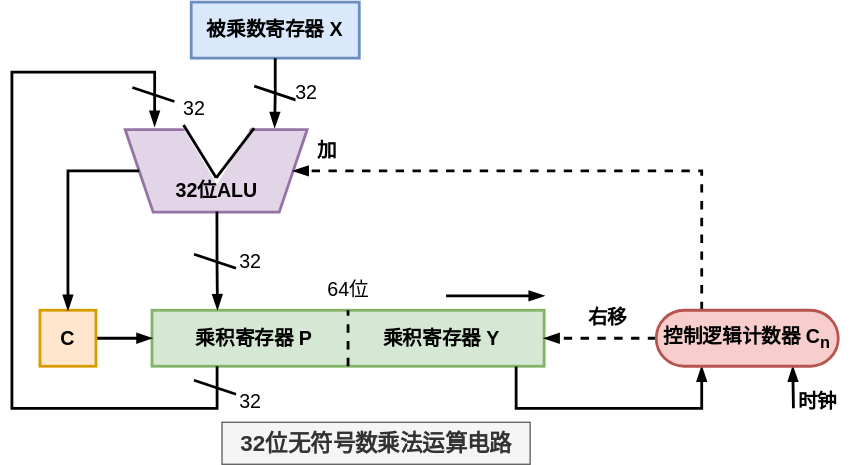
Above: pictures/计算机组成原理-32位无符号数乘法运算电路.drawio.svg in creatern/NoteBook (draw.io), before the change. Source tidied: cells renumbered, new cells last; positions are measured from the earlier drawing's top-left corner, leaving out a move shared by most shapes. Its diagram source:
```xml
<mxGraphModel>
  <root>
    <mxCell id="0" />
    <mxCell id="1" parent="0" />
    <mxCell id="2" value="被乘数寄存器 X" style="rounded=0;whiteSpace=wrap;html=1;fontSize=14;fontStyle=1;strokeWidth=2;fillColor=#dae8fc;strokeColor=#6c8ebf;" parent="1" vertex="1">
      <mxGeometry x="128" width="120" height="40" as="geometry" />
    </mxCell>
    <mxCell id="3" value="乘积寄存器 P&amp;nbsp; &amp;nbsp; &amp;nbsp; &amp;nbsp; &amp;nbsp; &amp;nbsp; &amp;nbsp;乘积寄存器 Y" style="rounded=0;whiteSpace=wrap;html=1;fontSize=14;fontStyle=1;strokeWidth=2;fillColor=#d5e8d4;strokeColor=#82b366;" parent="1" vertex="1">
      <mxGeometry x="100" y="220" width="280" height="40" as="geometry" />
    </mxCell>
    <mxCell id="4" style="group;rotation=-180;fontSize=14;" parent="1" vertex="1">
      <mxGeometry x="70" y="91" width="130" height="60" as="geometry" />
    </mxCell>
    <mxCell id="5" style="shape=trapezoid;perimeter=trapezoidPerimeter;whiteSpace=wrap;html=1;fixedSize=1;fontFamily=Helvetica;fontSize=11;strokeWidth=2;rotation=-180;fillColor=#e1d5e7;strokeColor=#9673a6;" parent="4" vertex="1">
      <mxGeometry x="10.8" width="130" height="59" as="geometry" />
    </mxCell>
    <mxCell id="6" style="group;rotation=-360;fontSize=14;" parent="4" vertex="1">
      <mxGeometry x="48.8" y="-1" width="60.1" height="59.5" as="geometry" />
    </mxCell>
    <mxCell id="7" style="triangle;whiteSpace=wrap;html=1;fontFamily=Helvetica;fontSize=11;fontColor=default;rotation=-270;fillColor=#FFFFFF;strokeColor=none;" parent="6" vertex="1">
      <mxGeometry x="6.5" y="-5.9" width="42.2" height="50.2" as="geometry" />
    </mxCell>
    <mxCell id="8" style="endArrow=none;html=1;rounded=0;labelBackgroundColor=default;strokeColor=default;strokeWidth=2;fontFamily=Helvetica;fontSize=11;fontColor=default;shape=connector;entryX=0.703;entryY=-0.021;entryDx=0;entryDy=0;entryPerimeter=0;" parent="6" edge="1">
      <mxGeometry relative="1" as="geometry">
        <mxPoint x="27.1" y="35.4" as="sourcePoint" />
        <mxPoint x="54.2" as="targetPoint" />
      </mxGeometry>
    </mxCell>
    <mxCell id="9" style="endArrow=none;html=1;rounded=0;labelBackgroundColor=default;strokeColor=default;strokeWidth=2;fontFamily=Helvetica;fontSize=11;fontColor=default;shape=connector;entryX=-0.007;entryY=0.975;entryDx=0;entryDy=0;entryPerimeter=0;" parent="6" edge="1" target="7">
      <mxGeometry relative="1" as="geometry">
        <mxPoint x="27.1" y="35.4" as="sourcePoint" />
      </mxGeometry>
    </mxCell>
    <mxCell id="10" value="32位ALU" style="text;html=1;strokeColor=none;fillColor=none;align=center;verticalAlign=middle;whiteSpace=wrap;rounded=0;fontSize=14;fontFamily=Helvetica;fontColor=default;fontStyle=1;" parent="6" vertex="1">
      <mxGeometry x="-4.9" y="30" width="65" height="29.5" as="geometry" />
    </mxCell>
    <mxCell id="11" style="edgeStyle=orthogonalEdgeStyle;rounded=0;jettySize=auto;html=1;exitX=0.5;exitY=1;exitDx=0;exitDy=0;entryX=0.179;entryY=1.025;entryDx=0;entryDy=0;entryPerimeter=0;strokeWidth=2;endArrow=blockThin;endFill=1;" parent="1" edge="1" source="2" target="5">
      <mxGeometry relative="1" as="geometry" />
    </mxCell>
    <mxCell id="12" style="endArrow=none;html=1;rounded=0;strokeColor=default;strokeWidth=2;align=center;verticalAlign=middle;fontFamily=Helvetica;fontSize=11;fontColor=default;labelBackgroundColor=default;" parent="1" edge="1">
      <mxGeometry relative="1" as="geometry">
        <mxPoint x="173" y="60" as="sourcePoint" />
        <mxPoint x="203" y="70" as="targetPoint" />
      </mxGeometry>
    </mxCell>
    <mxCell id="13" value="32" style="text;html=1;align=center;verticalAlign=middle;strokeColor=none;fillColor=none;fontFamily=Helvetica;fontSize=14;fontColor=default;labelBackgroundColor=default;" parent="1" vertex="1">
      <mxGeometry x="190" y="50" width="40" height="30" as="geometry" />
    </mxCell>
    <mxCell id="14" style="endArrow=none;dashed=1;html=1;rounded=0;strokeColor=default;strokeWidth=2;align=center;verticalAlign=middle;fontFamily=Helvetica;fontSize=11;fontColor=default;labelBackgroundColor=default;edgeStyle=orthogonalEdgeStyle;" parent="1" edge="1">
      <mxGeometry relative="1" as="geometry">
        <mxPoint x="240" y="260" as="sourcePoint" />
        <mxPoint x="240" y="220" as="targetPoint" />
      </mxGeometry>
    </mxCell>
    <mxCell id="15" style="edgeStyle=orthogonalEdgeStyle;rounded=0;jettySize=auto;html=1;exitX=0.5;exitY=1;exitDx=0;exitDy=0;entryX=0.167;entryY=-0.012;entryDx=0;entryDy=0;entryPerimeter=0;strokeColor=default;strokeWidth=2;align=center;verticalAlign=middle;fontFamily=Helvetica;fontSize=11;fontColor=default;labelBackgroundColor=default;endArrow=blockThin;endFill=1;" parent="1" edge="1" source="10" target="3">
      <mxGeometry relative="1" as="geometry" />
    </mxCell>
    <mxCell id="16" value="32" style="text;html=1;align=center;verticalAlign=middle;strokeColor=none;fillColor=none;fontFamily=Helvetica;fontSize=14;fontColor=default;labelBackgroundColor=default;" parent="1" vertex="1">
      <mxGeometry x="150" y="170" width="40" height="30" as="geometry" />
    </mxCell>
    <mxCell id="17" style="endArrow=none;html=1;rounded=0;strokeColor=default;strokeWidth=2;align=center;verticalAlign=middle;fontFamily=Helvetica;fontSize=11;fontColor=default;labelBackgroundColor=default;" parent="1" edge="1">
      <mxGeometry relative="1" as="geometry">
        <mxPoint x="130" y="180" as="sourcePoint" />
        <mxPoint x="160" y="190" as="targetPoint" />
      </mxGeometry>
    </mxCell>
    <mxCell id="18" style="edgeStyle=orthogonalEdgeStyle;rounded=0;jettySize=auto;html=1;exitX=1;exitY=0.5;exitDx=0;exitDy=0;entryX=0;entryY=0.5;entryDx=0;entryDy=0;strokeColor=default;strokeWidth=2;align=center;verticalAlign=middle;fontFamily=Helvetica;fontSize=11;fontColor=default;labelBackgroundColor=default;endArrow=blockThin;endFill=1;" parent="1" edge="1" source="19" target="3">
      <mxGeometry relative="1" as="geometry" />
    </mxCell>
    <mxCell id="19" value="C" style="rounded=0;whiteSpace=wrap;html=1;fontSize=14;fontStyle=1;strokeWidth=2;fillColor=#ffe6cc;strokeColor=#d79b00;" parent="1" vertex="1">
      <mxGeometry x="20" y="220" width="40" height="40" as="geometry" />
    </mxCell>
    <mxCell id="20" style="edgeStyle=orthogonalEdgeStyle;rounded=0;jettySize=auto;html=1;exitX=1;exitY=0.5;exitDx=0;exitDy=0;strokeColor=default;strokeWidth=2;align=center;verticalAlign=middle;fontFamily=Helvetica;fontSize=11;fontColor=default;labelBackgroundColor=default;endArrow=blockThin;endFill=1;" parent="1" edge="1" source="5" target="19">
      <mxGeometry relative="1" as="geometry" />
    </mxCell>
    <mxCell id="21" value="64位" style="text;html=1;align=center;verticalAlign=middle;strokeColor=none;fillColor=none;fontFamily=Helvetica;fontSize=14;fontColor=default;labelBackgroundColor=default;" parent="1" vertex="1">
      <mxGeometry x="215" y="190" width="50" height="30" as="geometry" />
    </mxCell>
    <mxCell id="22" style="endArrow=blockThin;html=1;rounded=0;strokeColor=default;strokeWidth=2;align=center;verticalAlign=middle;fontFamily=Helvetica;fontSize=11;fontColor=default;labelBackgroundColor=default;edgeStyle=orthogonalEdgeStyle;endFill=1;" parent="1" edge="1">
      <mxGeometry relative="1" as="geometry">
        <mxPoint x="310" y="209.7" as="sourcePoint" />
        <mxPoint x="380" y="209.7" as="targetPoint" />
      </mxGeometry>
    </mxCell>
    <mxCell id="23" style="edgeStyle=orthogonalEdgeStyle;rounded=0;jettySize=auto;html=1;exitX=0.25;exitY=1;exitDx=0;exitDy=0;strokeColor=default;strokeWidth=2;align=center;verticalAlign=middle;fontFamily=Helvetica;fontSize=11;fontColor=default;labelBackgroundColor=default;endArrow=none;endFill=0;startArrow=blockThin;startFill=1;" parent="1" edge="1" source="27">
      <mxGeometry relative="1" as="geometry">
        <mxPoint x="360" y="260.1" as="targetPoint" />
        <Array as="points">
          <mxPoint x="493" y="290" />
          <mxPoint x="360" y="290" />
        </Array>
      </mxGeometry>
    </mxCell>
    <mxCell id="24" style="edgeStyle=orthogonalEdgeStyle;rounded=0;jettySize=auto;html=1;exitX=0.75;exitY=1;exitDx=0;exitDy=0;strokeColor=default;strokeWidth=2;align=center;verticalAlign=middle;fontFamily=Helvetica;fontSize=11;fontColor=default;labelBackgroundColor=default;endArrow=none;endFill=0;startArrow=blockThin;startFill=1;" parent="1" edge="1" source="27">
      <mxGeometry relative="1" as="geometry">
        <mxPoint x="558" y="290" as="targetPoint" />
      </mxGeometry>
    </mxCell>
    <mxCell id="25" style="edgeStyle=orthogonalEdgeStyle;rounded=0;jettySize=auto;html=1;exitX=0.25;exitY=0;exitDx=0;exitDy=0;entryX=0;entryY=0.5;entryDx=0;entryDy=0;strokeColor=default;strokeWidth=2;align=center;verticalAlign=middle;fontFamily=Helvetica;fontSize=11;fontColor=default;labelBackgroundColor=default;endArrow=blockThin;endFill=1;dashed=1;" parent="1" edge="1" source="27" target="5">
      <mxGeometry relative="1" as="geometry">
        <Array as="points">
          <mxPoint x="492" y="120" />
        </Array>
      </mxGeometry>
    </mxCell>
    <mxCell id="26" style="edgeStyle=orthogonalEdgeStyle;rounded=0;jettySize=auto;html=1;exitX=0;exitY=0.5;exitDx=0;exitDy=0;entryX=1;entryY=0.5;entryDx=0;entryDy=0;strokeColor=default;strokeWidth=2;align=center;verticalAlign=middle;fontFamily=Helvetica;fontSize=11;fontColor=default;labelBackgroundColor=default;endArrow=blockThin;endFill=1;dashed=1;" parent="1" edge="1" source="27" target="3">
      <mxGeometry relative="1" as="geometry" />
    </mxCell>
    <mxCell id="27" value="&lt;b style=&quot;font-size: 14px;&quot;&gt;&lt;font style=&quot;font-size: 14px;&quot;&gt;控制逻辑计数器 C&lt;sub&gt;n&lt;/sub&gt;&lt;/font&gt;&lt;/b&gt;" style="rounded=1;whiteSpace=wrap;html=1;fontFamily=Helvetica;fontSize=14;labelBackgroundColor=none;strokeWidth=2;arcSize=50;fillColor=#f8cecc;strokeColor=#b85450;" parent="1" vertex="1">
      <mxGeometry x="460" y="220" width="130" height="40" as="geometry" />
    </mxCell>
    <mxCell id="28" value="&lt;b&gt;&lt;font style=&quot;font-size: 14px;&quot;&gt;时钟&lt;/font&gt;&lt;/b&gt;" style="text;html=1;align=center;verticalAlign=middle;strokeColor=none;fillColor=none;fontFamily=Helvetica;fontSize=11;fontColor=default;labelBackgroundColor=default;" parent="1" vertex="1">
      <mxGeometry x="550" y="270" width="50" height="30" as="geometry" />
    </mxCell>
    <mxCell id="29" value="&lt;b&gt;&lt;font style=&quot;font-size: 14px;&quot;&gt;加&lt;/font&gt;&lt;/b&gt;" style="text;html=1;align=center;verticalAlign=middle;strokeColor=none;fillColor=none;fontFamily=Helvetica;fontSize=11;fontColor=default;labelBackgroundColor=default;" parent="1" vertex="1">
      <mxGeometry x="205" y="91" width="40" height="30" as="geometry" />
    </mxCell>
    <mxCell id="30" style="edgeStyle=orthogonalEdgeStyle;rounded=0;jettySize=auto;html=1;exitX=0.166;exitY=1;exitDx=0;exitDy=0;entryX=0.838;entryY=1.041;entryDx=0;entryDy=0;entryPerimeter=0;strokeColor=default;strokeWidth=2;align=center;verticalAlign=middle;fontFamily=Helvetica;fontSize=11;fontColor=default;labelBackgroundColor=default;endArrow=blockThin;endFill=1;exitPerimeter=0;" parent="1" edge="1" source="3" target="5">
      <mxGeometry relative="1" as="geometry">
        <Array as="points">
          <mxPoint x="147" y="290" />
          <mxPoint y="290" />
          <mxPoint y="50" />
          <mxPoint x="102" y="50" />
        </Array>
      </mxGeometry>
    </mxCell>
    <mxCell id="31" value="32" style="text;html=1;align=center;verticalAlign=middle;strokeColor=none;fillColor=none;fontFamily=Helvetica;fontSize=14;fontColor=default;labelBackgroundColor=default;" parent="1" vertex="1">
      <mxGeometry x="150" y="270" width="40" height="30" as="geometry" />
    </mxCell>
    <mxCell id="32" style="endArrow=none;html=1;rounded=0;strokeColor=default;strokeWidth=2;align=center;verticalAlign=middle;fontFamily=Helvetica;fontSize=11;fontColor=default;labelBackgroundColor=default;" parent="1" edge="1">
      <mxGeometry relative="1" as="geometry">
        <mxPoint x="130" y="270" as="sourcePoint" />
        <mxPoint x="160" y="280" as="targetPoint" />
      </mxGeometry>
    </mxCell>
    <mxCell id="33" value="32" style="text;html=1;align=center;verticalAlign=middle;strokeColor=none;fillColor=none;fontFamily=Helvetica;fontSize=14;fontColor=default;labelBackgroundColor=default;" parent="1" vertex="1">
      <mxGeometry x="110" y="61" width="40" height="30" as="geometry" />
    </mxCell>
    <mxCell id="34" style="endArrow=none;html=1;rounded=0;strokeColor=default;strokeWidth=2;align=center;verticalAlign=middle;fontFamily=Helvetica;fontSize=11;fontColor=default;labelBackgroundColor=default;" parent="1" edge="1">
      <mxGeometry relative="1" as="geometry">
        <mxPoint x="86" y="61" as="sourcePoint" />
        <mxPoint x="116" y="71" as="targetPoint" />
      </mxGeometry>
    </mxCell>
    <mxCell id="35" value="&lt;b&gt;&lt;font style=&quot;font-size: 14px;&quot;&gt;右移&lt;/font&gt;&lt;/b&gt;" style="text;html=1;align=center;verticalAlign=middle;strokeColor=none;fillColor=none;fontFamily=Helvetica;fontSize=11;fontColor=default;labelBackgroundColor=default;" parent="1" vertex="1">
      <mxGeometry x="400" y="210" width="50" height="30" as="geometry" />
    </mxCell>
    <mxCell id="36" value="&lt;b&gt;&lt;font style=&quot;font-size: 16px;&quot;&gt;32位无符号数乘法运算电路&lt;/font&gt;&lt;/b&gt;" style="text;html=1;align=center;verticalAlign=middle;strokeColor=#666666;fillColor=#f5f5f5;fontFamily=Helvetica;fontSize=11;labelBackgroundColor=none;fontColor=#333333;" parent="1" vertex="1">
      <mxGeometry x="150" y="300" width="220" height="30" as="geometry" />
    </mxCell>
  </root>
</mxGraphModel>
```
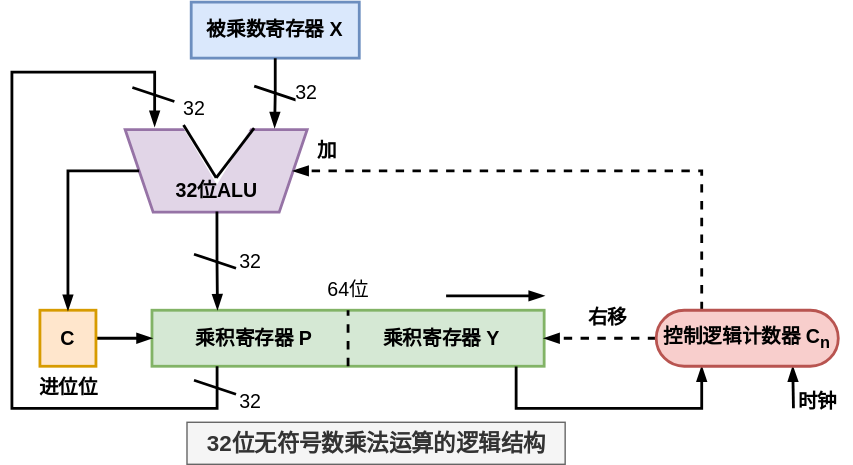
Later version of the same file.

Change to the diagram source:
```diff
@@ -146,8 +146,11 @@
     <mxCell id="35" value="&lt;b&gt;&lt;font style=&quot;font-size: 14px;&quot;&gt;右移&lt;/font&gt;&lt;/b&gt;" style="text;html=1;align=center;verticalAlign=middle;strokeColor=none;fillColor=none;fontFamily=Helvetica;fontSize=11;fontColor=default;labelBackgroundColor=default;" parent="1" vertex="1">
       <mxGeometry x="400" y="210" width="50" height="30" as="geometry" />
     </mxCell>
-    <mxCell id="36" value="&lt;b&gt;&lt;font style=&quot;font-size: 16px;&quot;&gt;32位无符号数乘法运算电路&lt;/font&gt;&lt;/b&gt;" style="text;html=1;align=center;verticalAlign=middle;strokeColor=#666666;fillColor=#f5f5f5;fontFamily=Helvetica;fontSize=11;labelBackgroundColor=none;fontColor=#333333;" parent="1" vertex="1">
-      <mxGeometry x="150" y="300" width="220" height="30" as="geometry" />
+    <mxCell id="36" value="&lt;b&gt;&lt;font style=&quot;font-size: 16px;&quot;&gt;32位无符号数乘法运算的逻辑结构&lt;/font&gt;&lt;/b&gt;" style="text;html=1;align=center;verticalAlign=middle;strokeColor=#666666;fillColor=#f5f5f5;fontFamily=Helvetica;fontSize=11;labelBackgroundColor=none;fontColor=#333333;" parent="1" vertex="1">
+      <mxGeometry x="125" y="300" width="270" height="30" as="geometry" />
     </mxCell>
+    <mxCell id="37" value="进位位" style="text;html=1;align=center;verticalAlign=middle;strokeColor=none;fillColor=none;fontFamily=Helvetica;fontSize=14;fontColor=default;labelBackgroundColor=default;fontStyle=1;" parent="1" vertex="1">
+      <mxGeometry x="5" y="260" width="70" height="30" as="geometry" />
+    </mxCell>
   </root>
 </mxGraphModel>
```
